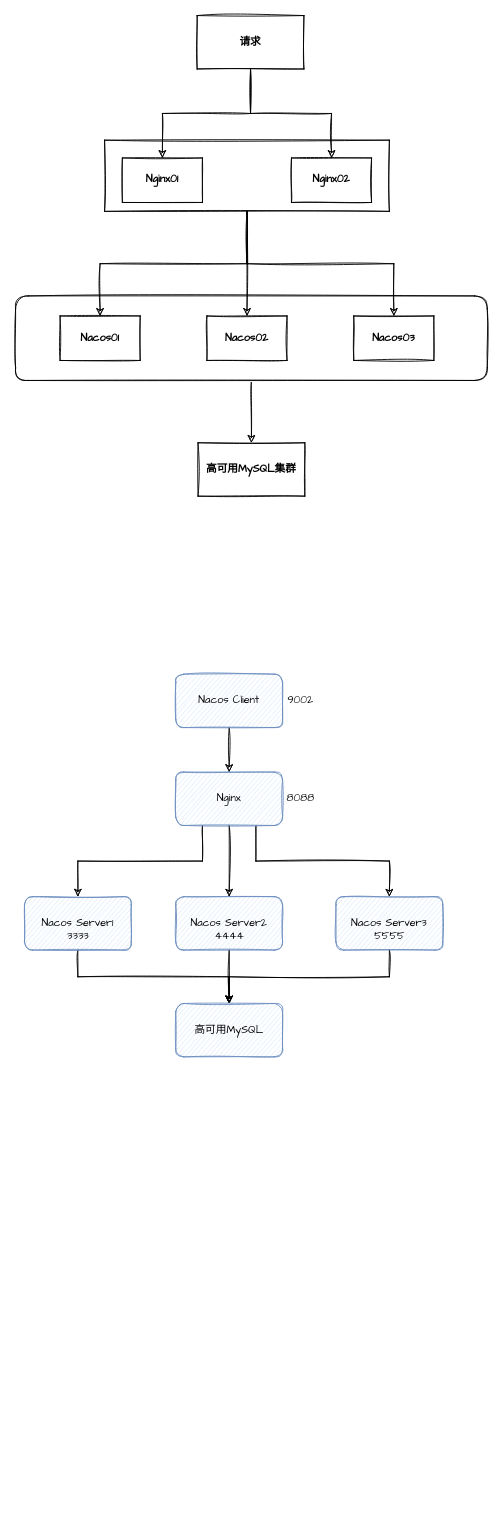
Earlier version of the draw.io diagram cloudalibaba.drawio (hzhiping/learn-cloud-alibaba). Source tidied: cells renumbered, new cells numbered last; positions are measured from the earlier drawing's top-left corner, leaving out a move shared by most shapes. Both pictures are drawn from the tidied source at 89%, with x=0, y=0 at pixel (15, 15).
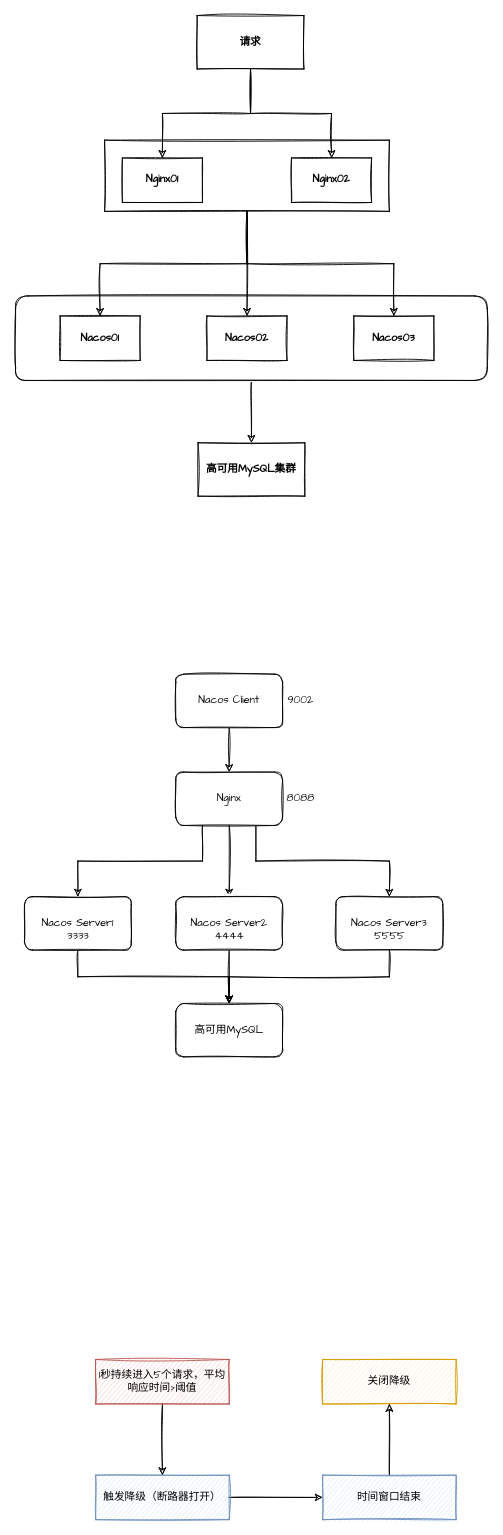
After the change.

Commit message (it also covers changes not shown here):
feature:测试RT配置

Diff of the diagram source:
```diff
@@
-    <mxCell id="18" value="Nacos Client" style="rounded=1;whiteSpace=wrap;html=1;shadow=0;sketch=1;fontFamily=Comic Sans MS;fillColor=#dae8fc;strokeColor=#6c8ebf;" parent="1" vertex="1">
+    <mxCell id="18" value="Nacos Client" style="rounded=1;whiteSpace=wrap;html=1;shadow=0;sketch=1;fontFamily=Comic Sans MS;" parent="1" vertex="1">
       <mxGeometry x="180" y="740" width="120" height="60" as="geometry" />
     </mxCell>
@@
-    <mxCell id="22" value="Nginx" style="rounded=1;whiteSpace=wrap;html=1;shadow=0;sketch=1;fontFamily=Comic Sans MS;fillColor=#dae8fc;strokeColor=#6c8ebf;" parent="1" vertex="1">
+    <mxCell id="22" value="Nginx" style="rounded=1;whiteSpace=wrap;html=1;shadow=0;sketch=1;fontFamily=Comic Sans MS;" parent="1" vertex="1">
       <mxGeometry x="180" y="850" width="120" height="60" as="geometry" />
     </mxCell>
@@
-    <mxCell id="24" value="Nacos Server1" style="rounded=1;whiteSpace=wrap;html=1;shadow=0;sketch=1;fontFamily=Comic Sans MS;fillColor=#dae8fc;strokeColor=#6c8ebf;" parent="1" vertex="1">
+    <mxCell id="24" value="Nacos Server1" style="rounded=1;whiteSpace=wrap;html=1;shadow=0;sketch=1;fontFamily=Comic Sans MS;" parent="1" vertex="1">
       <mxGeometry x="10" y="990" width="120" height="60" as="geometry" />
     </mxCell>
@@
-    <mxCell id="26" value="Nacos Server2" style="rounded=1;whiteSpace=wrap;html=1;shadow=0;sketch=1;fontFamily=Comic Sans MS;fillColor=#dae8fc;strokeColor=#6c8ebf;" parent="1" vertex="1">
+    <mxCell id="26" value="Nacos Server2" style="rounded=1;whiteSpace=wrap;html=1;shadow=0;sketch=1;fontFamily=Comic Sans MS;" parent="1" vertex="1">
       <mxGeometry x="180" y="990" width="120" height="60" as="geometry" />
     </mxCell>
@@
-    <mxCell id="28" value="Nacos Server3" style="rounded=1;whiteSpace=wrap;html=1;shadow=0;sketch=1;fontFamily=Comic Sans MS;fillColor=#dae8fc;strokeColor=#6c8ebf;" parent="1" vertex="1">
+    <mxCell id="28" value="Nacos Server3" style="rounded=1;whiteSpace=wrap;html=1;shadow=0;sketch=1;fontFamily=Comic Sans MS;" parent="1" vertex="1">
       <mxGeometry x="360" y="990" width="120" height="60" as="geometry" />
     </mxCell>
-    <mxCell id="29" value="&lt;font face=&quot;Comic Sans MS&quot;&gt;高可用MySQL&lt;/font&gt;" style="rounded=1;whiteSpace=wrap;html=1;shadow=0;sketch=1;fillColor=#dae8fc;strokeColor=#6c8ebf;" parent="1" vertex="1">
+    <mxCell id="29" value="&lt;font face=&quot;Comic Sans MS&quot;&gt;高可用MySQL&lt;/font&gt;" style="rounded=1;whiteSpace=wrap;html=1;shadow=0;sketch=1;" parent="1" vertex="1">
       <mxGeometry x="180" y="1110" width="120" height="60" as="geometry" />
     </mxCell>
@@
+    <mxCell id="35" style="edgeStyle=orthogonalEdgeStyle;curved=0;rounded=1;sketch=1;jettySize=auto;html=1;exitX=0.5;exitY=1;exitDx=0;exitDy=0;entryX=0.5;entryY=0;entryDx=0;entryDy=0;fontFamily=Comic Sans MS;" parent="1" edge="1" source="36" target="38">
+      <mxGeometry relative="1" as="geometry" />
+    </mxCell>
+    <mxCell id="36" value="&lt;div&gt;&lt;span&gt;1秒持续进入5个请求，平均响应时间&amp;gt;阈值&lt;/span&gt;&lt;/div&gt;" style="rounded=0;whiteSpace=wrap;html=1;sketch=1;align=center;fillColor=#f8cecc;strokeColor=#b85450;fontFamily=Comic Sans MS;" parent="1" vertex="1">
+      <mxGeometry x="90" y="1510" width="150" height="50" as="geometry" />
+    </mxCell>
+    <mxCell id="37" style="edgeStyle=orthogonalEdgeStyle;curved=0;rounded=1;sketch=1;jettySize=auto;html=1;exitX=1;exitY=0.5;exitDx=0;exitDy=0;entryX=0;entryY=0.5;entryDx=0;entryDy=0;fontFamily=Comic Sans MS;" parent="1" edge="1" source="38" target="40">
+      <mxGeometry relative="1" as="geometry" />
+    </mxCell>
+    <mxCell id="38" value="触发降级（断路器打开）" style="rounded=0;whiteSpace=wrap;html=1;sketch=1;align=center;fillColor=#dae8fc;strokeColor=#6c8ebf;fontFamily=Comic Sans MS;" parent="1" vertex="1">
+      <mxGeometry x="90" y="1640" width="150" height="50" as="geometry" />
+    </mxCell>
+    <mxCell id="39" style="edgeStyle=orthogonalEdgeStyle;curved=0;rounded=1;sketch=1;jettySize=auto;html=1;exitX=0.5;exitY=0;exitDx=0;exitDy=0;entryX=0.5;entryY=1;entryDx=0;entryDy=0;fontFamily=Comic Sans MS;" parent="1" edge="1" source="40" target="41">
+      <mxGeometry relative="1" as="geometry" />
+    </mxCell>
+    <mxCell id="40" value="时间窗口结束" style="rounded=0;whiteSpace=wrap;html=1;sketch=1;align=center;fillColor=#dae8fc;strokeColor=#6c8ebf;fontFamily=Comic Sans MS;" parent="1" vertex="1">
+      <mxGeometry x="345" y="1640" width="150" height="50" as="geometry" />
+    </mxCell>
+    <mxCell id="41" value="关闭降级" style="rounded=0;whiteSpace=wrap;html=1;sketch=1;align=center;fillColor=#ffe6cc;strokeColor=#d79b00;fontFamily=Comic Sans MS;" parent="1" vertex="1">
+      <mxGeometry x="345" y="1510" width="150" height="50" as="geometry" />
+    </mxCell>
```
